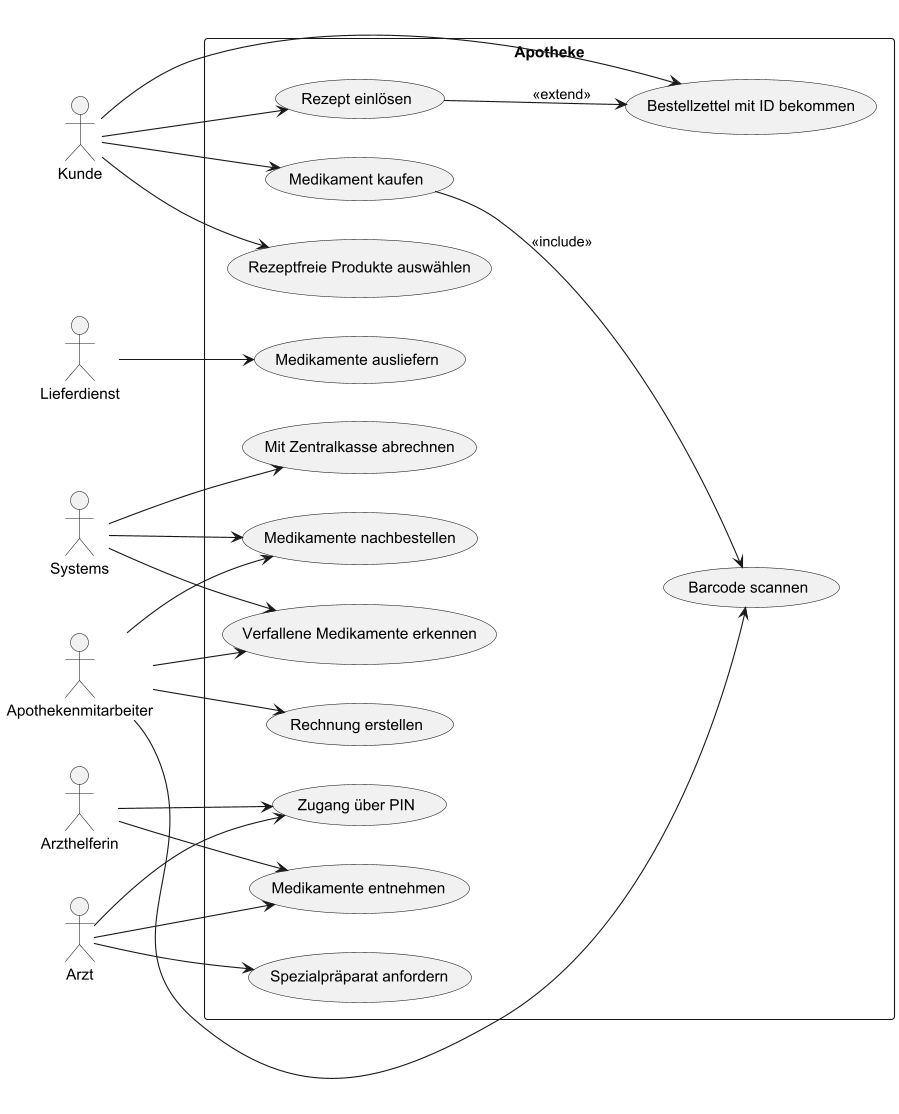
This is PlantUML-Test/usecase.png from Jack4948/Apotheke-G5-Public, a PlantUML export, as it was before one commit. The source it was exported from:
```plantuml
@startuml
left to right direction

actor Kunde
actor Arzt
actor Arzthelferin
actor Apothekenmitarbeiter
actor Lieferdienst
actor Systems

rectangle Apotheke {
  (Rezeptfreie Produkte auswählen) as R1
  (Medikament kaufen) as R2
  (Rezept einlösen) as R3
  (Bestellzettel mit ID bekommen) as R4
  (Spezialpräparat anfordern) as R5
  (Medikamente entnehmen) as R6
  (Zugang über PIN) as R7
  (Barcode scannen) as R9
  (Medikamente nachbestellen) as R10
  (Rechnung erstellen) as R11
  (Mit Zentralkasse abrechnen) as R12
  (Verfallene Medikamente erkennen) as R13
  (Medikamente ausliefern) as R14
}

Kunde --> R1
Kunde --> R2
Kunde --> R3
Kunde --> R4

Arzt --> R5
Arzt --> R6
Arzt --> R7
Arzthelferin --> R6
Arzthelferin --> R7
Apothekenmitarbeiter --> R9
Apothekenmitarbeiter --> R10
Apothekenmitarbeiter --> R11
Apothekenmitarbeiter --> R13
 Systems  --> R10
Systems --> R12
Systems--> R13
Lieferdienst --> R14
R2 --> R9 : <<include>>
R3 --> R4 : <<extend>>

@enduml
```
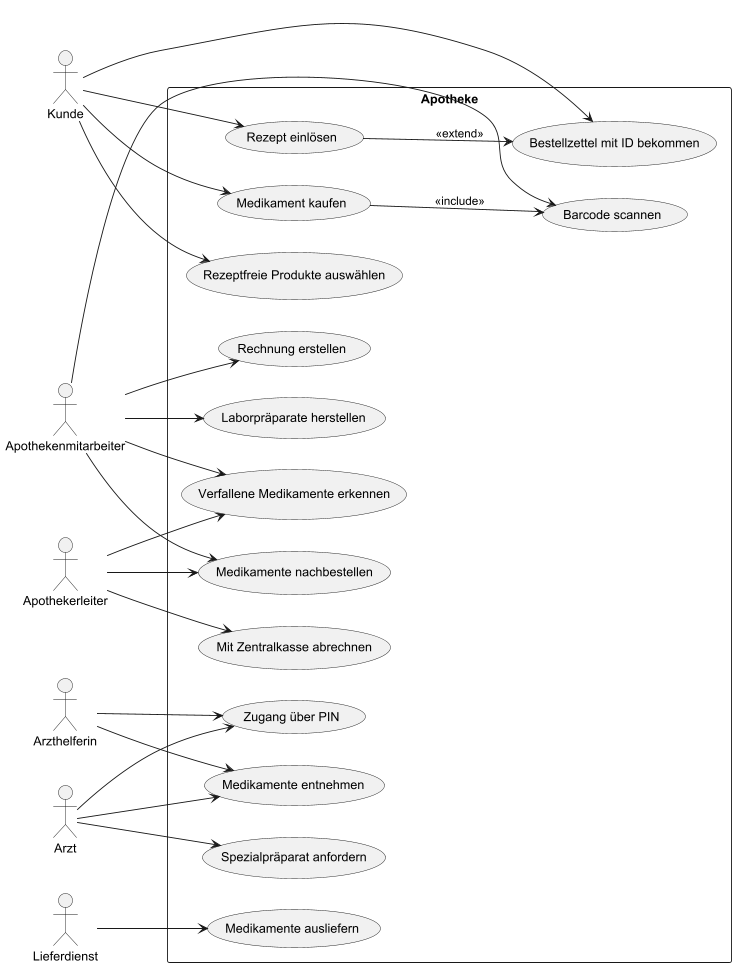
The same diagram one commit later.

Diff of the diagram source:
```diff
@@ -6,7 +6,7 @@
 actor Arzthelferin
 actor Apothekenmitarbeiter
 actor Lieferdienst
-actor Systems
+actor Apothekerleiter
 
 rectangle Apotheke {
   (Rezeptfreie Produkte auswählen) as R1
@@ -16,6 +16,7 @@
   (Spezialpräparat anfordern) as R5
   (Medikamente entnehmen) as R6
   (Zugang über PIN) as R7
+  (Laborpräparate herstellen) as R8
   (Barcode scannen) as R9
   (Medikamente nachbestellen) as R10
   (Rechnung erstellen) as R11
@@ -34,13 +35,14 @@
 Arzt --> R7
 Arzthelferin --> R6
 Arzthelferin --> R7
+Apothekenmitarbeiter --> R8
 Apothekenmitarbeiter --> R9
 Apothekenmitarbeiter --> R10
 Apothekenmitarbeiter --> R11
 Apothekenmitarbeiter --> R13
- Systems  --> R10
-Systems --> R12
-Systems--> R13
+ Apothekerleiter  --> R10
+Apothekerleiter --> R12
+Apothekerleiter--> R13
 Lieferdienst --> R14
 R2 --> R9 : <<include>>
 R3 --> R4 : <<extend>>
```
